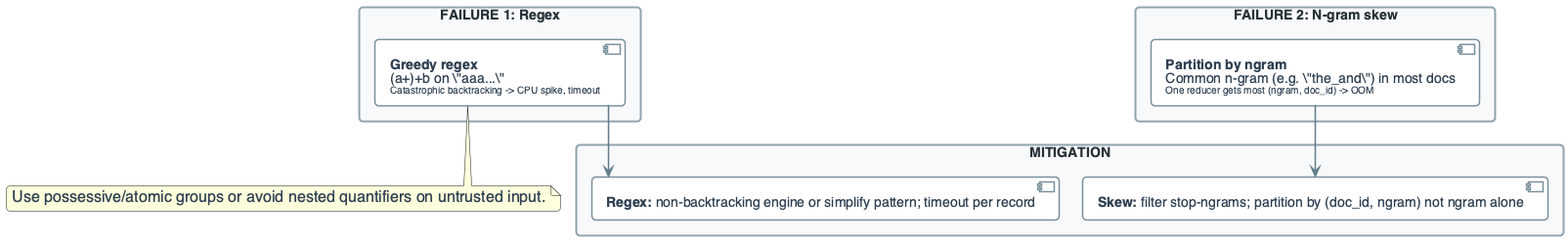
Before: diagrams/week9/week9_lecture_slide33_failure_regex_ngram.png, a diagram exported from PlantUML (OrPerets/data-engineering-course). Source of this version:
```plantuml
@startuml

top to bottom direction
skinparam linetype ortho
skinparam shadowing false
skinparam roundcorner 8
skinparam handwritten false
skinparam nodesep 24
skinparam ranksep 28

skinparam defaultFontName "Segoe UI, Helvetica, sans-serif"
skinparam defaultFontSize 16
skinparam defaultFontColor #2C3E50

skinparam rectangle {
    BackgroundColor #F8F9FA
    BorderColor #90A4AE
    BorderThickness 2
    FontColor #263238
    FontSize 14
    FontStyle bold
    Padding 20
}

skinparam component {
    BackgroundColor #FFFFFF
    BorderColor #78909C
    BorderThickness 1.5
    FontSize 14
    Padding 12
}

skinparam database {
    BackgroundColor #ECEFF1
    BorderColor #546E7A
    BorderThickness 1.5
    FontSize 14
    FontColor #263238
}

skinparam arrow {
    Color #607D8B
    Thickness 1.5
    FontSize 11
    FontColor #546E7A
}

skinparam component<<UI>> {
    BorderColor #8E24AA
    BackgroundColor #F3E5F5
    FontColor #4A148C
}

skinparam component<<Agent>> {
    BorderColor #0288D1
    BackgroundColor #E1F5FE
    FontColor #01579B
}

skinparam component<<Tool>> {
    BorderColor #2E7D32
    BackgroundColor #E8F5E9
    FontColor #1B5E20
}

skinparam component<<Config>> {
    BorderColor #F57C00
    BackgroundColor #FFF3E0
    FontColor #E65100
}

skinparam component<<Bad>> {
    BorderColor #C62828
    BackgroundColor #FFEBEE
    FontColor #B71C1C
}

skinparam component<<V1>> {
    BorderColor #F57C00
    BackgroundColor #FFF3E0
    FontColor #E65100
}

skinparam component<<V2>> {
    BorderColor #2E7D32
    BackgroundColor #E8F5E9
    FontColor #1B5E20
}

skinparam component<<up>> {
    BackgroundColor #E8F5E9
    BorderColor #2E7D32
}

skinparam component<<down>> {
    BackgroundColor #FFEBEE
    BorderColor #C62828
}

skinparam database<<up>> {
    BackgroundColor #E8F5E9
    BorderColor #2E7D32
}

skinparam database<<down>> {
    BackgroundColor #FFEBEE
    BorderColor #C62828
}

skinparam component<<success>> {
    BackgroundColor #E8F5E9
    BorderColor #2E7D32
}

skinparam component<<failure>> {
    BackgroundColor #FFEBEE
    BorderColor #C62828
}


rectangle "FAILURE 1: Regex" #F8F9FA {
    component "**Greedy regex**\n(a+)+b on \"aaa...\"\n<size:10>Catastrophic backtracking -> CPU spike, timeout</size>" as REGEX
}

rectangle "FAILURE 2: N-gram skew" #F8F9FA {
    component "**Partition by ngram**\nCommon n-gram (e.g. \"the_and\") in most docs\n<size:10>One reducer gets most (ngram, doc_id) -> OOM</size>" as SKEW
}

rectangle "MITIGATION" #F8F9FA {
    component "**Regex:** non-backtracking engine or simplify pattern; timeout per record" as M1
    component "**Skew:** filter stop-ngrams; partition by (doc_id, ngram) not ngram alone" as M2
}

REGEX --> M1
SKEW --> M2

note bottom of REGEX : Use possessive/atomic groups or avoid nested quantifiers on untrusted input.

@enduml
```
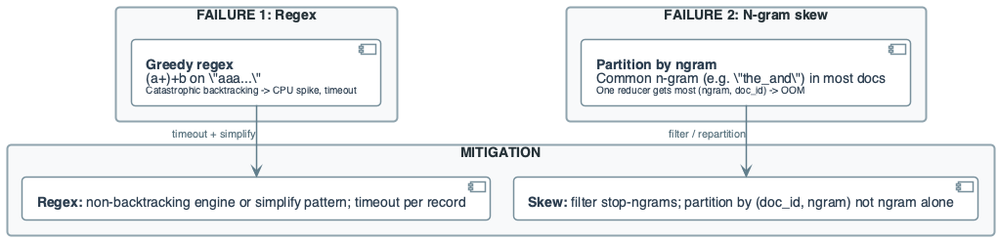
The same file after the commit.

The edit, as a diff of the source:
```diff
@@ -131,9 +131,7 @@
     component "**Skew:** filter stop-ngrams; partition by (doc_id, ngram) not ngram alone" as M2
 }
 
-REGEX --> M1
-SKEW --> M2
-
-note bottom of REGEX : Use possessive/atomic groups or avoid nested quantifiers on untrusted input.
+REGEX --> M1 : "timeout + simplify"
+SKEW --> M2 : "filter / repartition"
 
 @enduml
```
